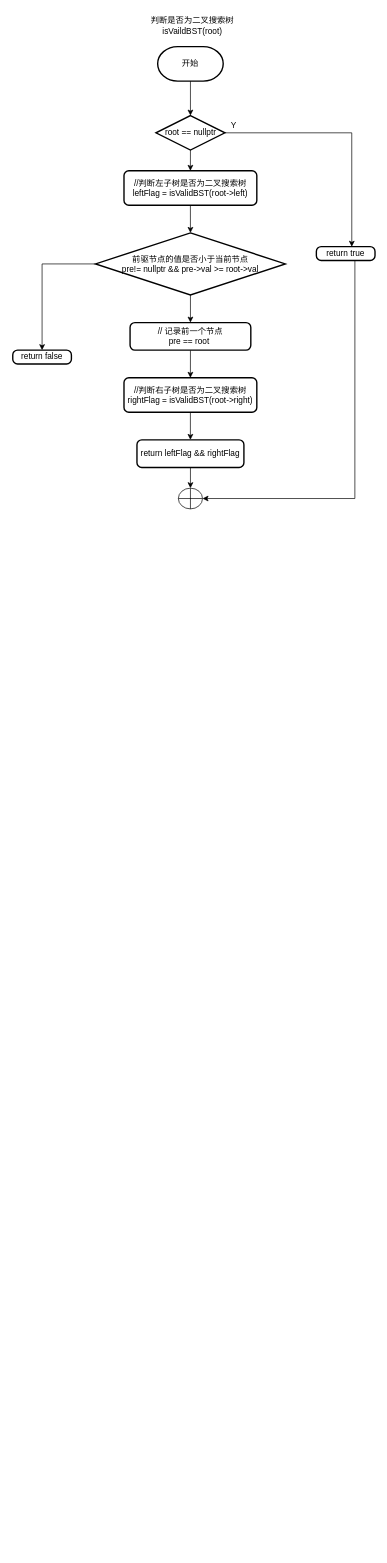
yindehao/draw.io_3 keeps this draw.io diagram as BST.drawio. Above is the earlier version. Source tidied: cells renumbered, new cells numbered last; positions are measured from the earlier drawing's top-left corner, leaving out a move shared by most shapes. Both pictures are drawn from the tidied source at 69%, with x=0, y=0 at pixel (12, 12).
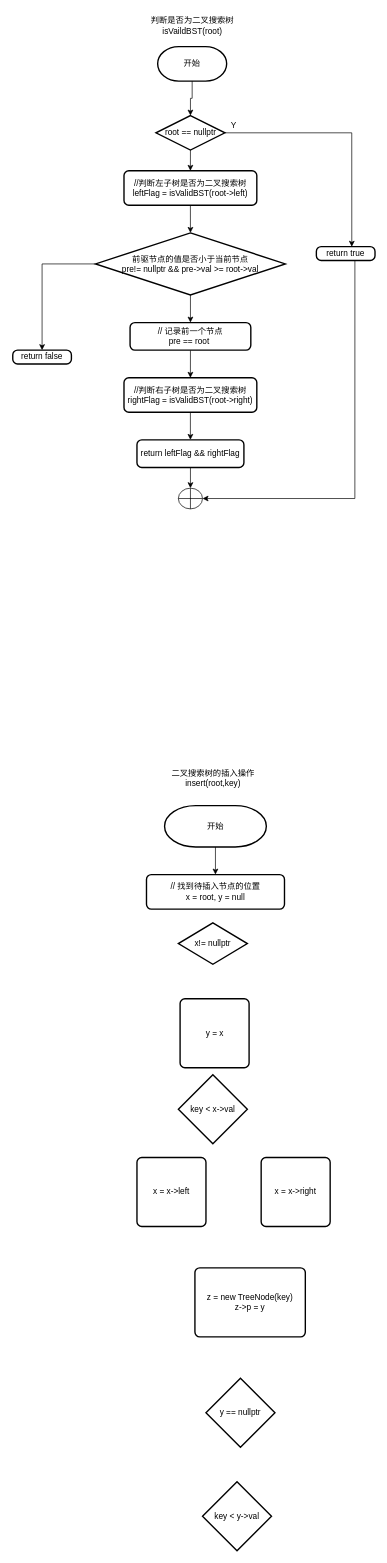
Above is the later version.

Change to the diagram source:
```diff
@@
     <mxCell id="5" value="开始" style="strokeWidth=2;html=1;shape=mxgraph.flowchart.terminator;whiteSpace=wrap;" parent="1" vertex="1">
-      <mxGeometry x="210" y="50" width="95" height="50" as="geometry" />
+      <mxGeometry x="210" y="50" width="100" height="50" as="geometry" />
     </mxCell>
@@
+    <mxCell id="24" style="edgeStyle=orthogonalEdgeStyle;rounded=0;jettySize=auto;html=1;exitX=0.5;exitY=1;exitDx=0;exitDy=0;exitPerimeter=0;" parent="1" edge="1" source="25" target="27">
+      <mxGeometry relative="1" as="geometry" />
+    </mxCell>
+    <mxCell id="25" value="开始" style="strokeWidth=2;html=1;shape=mxgraph.flowchart.terminator;whiteSpace=wrap;" parent="1" vertex="1">
+      <mxGeometry x="220" y="1150" width="147.5" height="60" as="geometry" />
+    </mxCell>
+    <mxCell id="26" value="二叉搜索树的插入操作&lt;br&gt;insert(root,key)" style="text;html=1;align=center;verticalAlign=middle;strokeColor=none;fillColor=none;" parent="1" vertex="1">
+      <mxGeometry x="220" y="1090" width="140" height="40" as="geometry" />
+    </mxCell>
+    <mxCell id="27" value="// 找到待插入节点的位置&lt;br&gt;x = root, y = null" style="rounded=1;whiteSpace=wrap;html=1;absoluteArcSize=1;arcSize=14;strokeWidth=2;" parent="1" vertex="1">
+      <mxGeometry x="193.8" y="1250" width="200" height="50" as="geometry" />
+    </mxCell>
+    <mxCell id="28" value="x!= nullptr" style="strokeWidth=2;html=1;shape=mxgraph.flowchart.decision;whiteSpace=wrap;" parent="1" vertex="1">
+      <mxGeometry x="240" y="1320" width="100" height="60" as="geometry" />
+    </mxCell>
+    <mxCell id="29" value="y = x" style="rounded=1;whiteSpace=wrap;html=1;absoluteArcSize=1;arcSize=14;strokeWidth=2;" parent="1" vertex="1">
+      <mxGeometry x="242.5" y="1430" width="100" height="100" as="geometry" />
+    </mxCell>
+    <mxCell id="30" value="key &amp;lt; x-&amp;gt;val" style="strokeWidth=2;html=1;shape=mxgraph.flowchart.decision;whiteSpace=wrap;" parent="1" vertex="1">
+      <mxGeometry x="240" y="1540" width="100" height="100" as="geometry" />
+    </mxCell>
+    <mxCell id="31" value="x = x-&amp;gt;left" style="rounded=1;whiteSpace=wrap;html=1;absoluteArcSize=1;arcSize=14;strokeWidth=2;" parent="1" vertex="1">
+      <mxGeometry x="180" y="1660" width="100" height="100" as="geometry" />
+    </mxCell>
+    <mxCell id="32" value="x = x-&amp;gt;right" style="rounded=1;whiteSpace=wrap;html=1;absoluteArcSize=1;arcSize=14;strokeWidth=2;" parent="1" vertex="1">
+      <mxGeometry x="360" y="1660" width="100" height="100" as="geometry" />
+    </mxCell>
+    <mxCell id="33" value="z = new TreeNode(key)&lt;br&gt;z-&amp;gt;p = y" style="rounded=1;whiteSpace=wrap;html=1;absoluteArcSize=1;arcSize=14;strokeWidth=2;" parent="1" vertex="1">
+      <mxGeometry x="264" y="1820" width="160" height="100" as="geometry" />
+    </mxCell>
+    <mxCell id="34" value="y == nullptr" style="strokeWidth=2;html=1;shape=mxgraph.flowchart.decision;whiteSpace=wrap;" parent="1" vertex="1">
+      <mxGeometry x="280" y="1980" width="100" height="100" as="geometry" />
+    </mxCell>
+    <mxCell id="35" value="key &amp;lt; y-&amp;gt;val" style="strokeWidth=2;html=1;shape=mxgraph.flowchart.decision;whiteSpace=wrap;" parent="1" vertex="1">
+      <mxGeometry x="275" y="2130" width="100" height="100" as="geometry" />
+    </mxCell>
```
